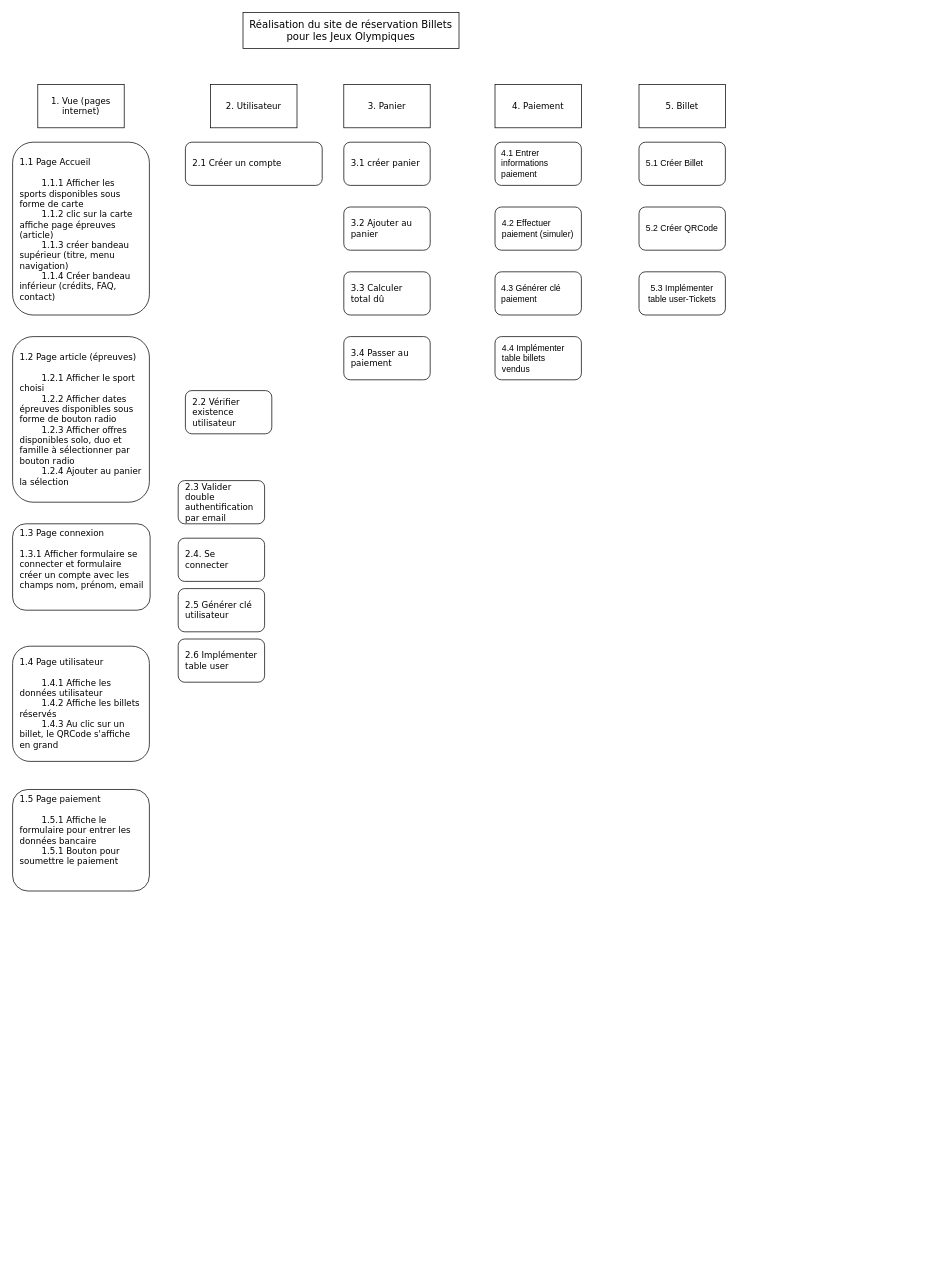
This is WBSJeux Olympiques .drawio from mariannemnrt/ProjetReservationBilletJO, a draw.io file, before an edit. Source tidied: cells renumbered, new cells numbered last; positions are measured from the earlier drawing's top-left corner, leaving out a move shared by most shapes. Both pictures are drawn from the tidied source at 72%, with x=0, y=0 at pixel (12, 12).
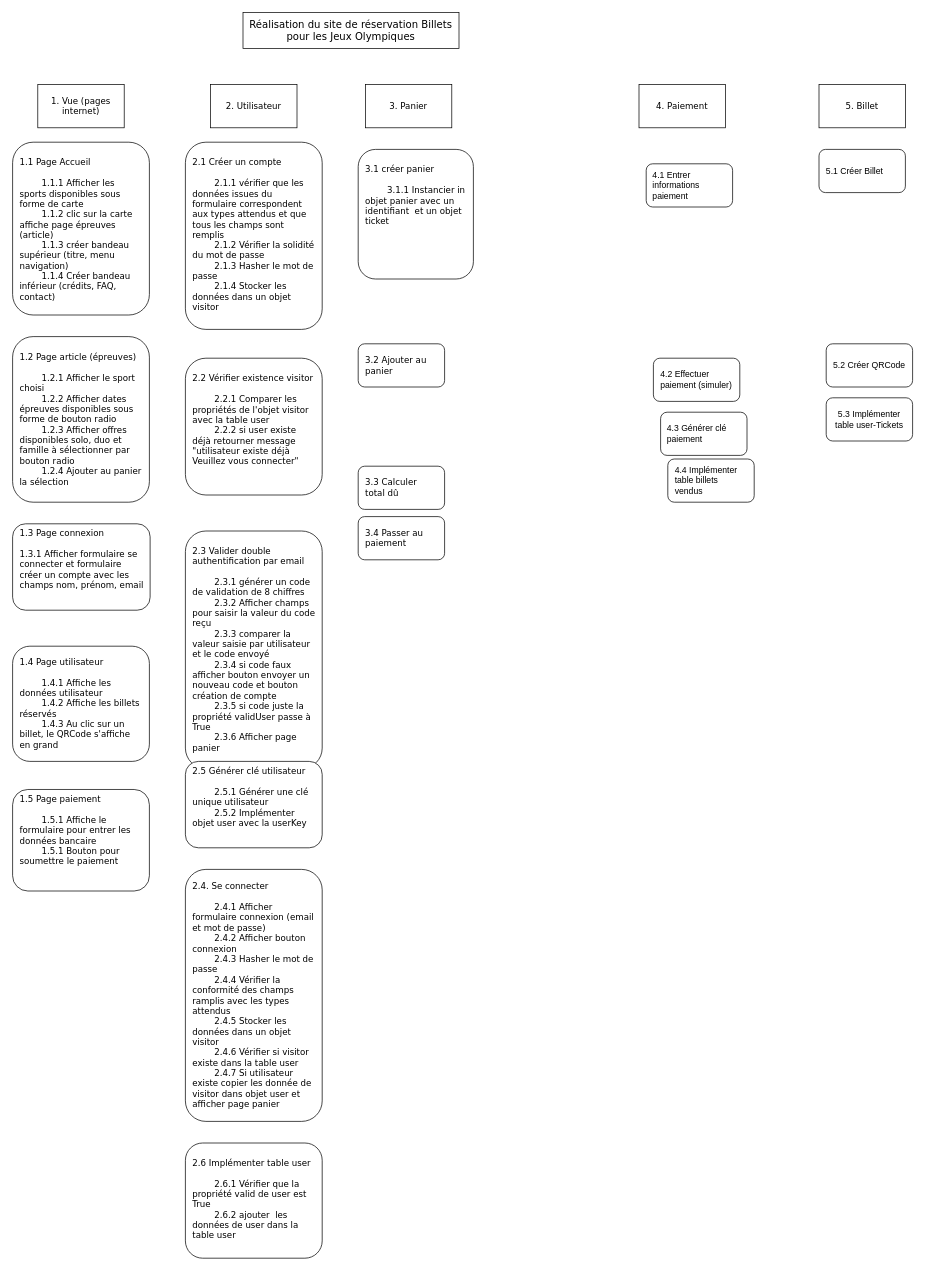
After the change.

Commit message (it also covers changes not shown here):
Mettre à jour WBSJeux Olympiques .drawio

Change to the diagram source:
```diff
@@
     <mxCell id="5" value="3. Panier " style="rounded=0;whiteSpace=wrap;html=1;align=center;fontFamily=Verdana;spacingLeft=8;spacingRight=8;" parent="1" vertex="1">
-      <mxGeometry x="460" y="100" width="120" height="60" as="geometry" />
+      <mxGeometry x="490" y="100" width="120" height="60" as="geometry" />
     </mxCell>
     <mxCell id="6" value="4. Paiement" style="rounded=0;whiteSpace=wrap;html=1;align=center;fontFamily=Verdana;spacingLeft=8;spacingRight=8;" parent="1" vertex="1">
-      <mxGeometry x="670" y="100" width="120" height="60" as="geometry" />
+      <mxGeometry x="870" y="100" width="120" height="60" as="geometry" />
     </mxCell>
     <mxCell id="7" value="5. Billet" style="rounded=0;whiteSpace=wrap;html=1;align=center;fontFamily=Verdana;spacingLeft=8;spacingRight=8;" parent="1" vertex="1">
-      <mxGeometry x="870" y="100" width="120" height="60" as="geometry" />
+      <mxGeometry x="1120" y="100" width="120" height="60" as="geometry" />
     </mxCell>
@@
-    <mxCell id="13" value="2.1 Créer un compte " style="rounded=1;whiteSpace=wrap;html=1;align=left;fontFamily=Verdana;spacingLeft=8;spacingRight=8;" parent="1" vertex="1">
-      <mxGeometry x="240" y="180" width="190" height="60" as="geometry" />
+    <mxCell id="13" value="&lt;div&gt;&lt;br&gt;&lt;/div&gt;&lt;div&gt;2.1 Créer un compte&lt;/div&gt;&lt;div&gt;&lt;br&gt;&lt;/div&gt;&lt;div&gt;&lt;span style=&quot;white-space: pre;&quot;&gt;&#9;&lt;/span&gt;2.1.1 vérifier que les données issues du formulaire correspondent aux types attendus et que tous les champs sont remplis&lt;br&gt;&lt;/div&gt;&lt;div&gt;&lt;span style=&quot;white-space: pre;&quot;&gt;&#9;&lt;/span&gt;2.1.2 Vérifier la solidité du mot de passe &lt;br&gt;&lt;/div&gt;&lt;div&gt;&lt;span style=&quot;white-space: pre;&quot;&gt;&#9;&lt;/span&gt;2.1.3 Hasher le mot de passe &lt;br&gt;&lt;/div&gt;&lt;div&gt;&lt;span style=&quot;white-space: pre;&quot;&gt;&#9;&lt;/span&gt;2.1.4 Stocker les données dans un objet visitor&lt;/div&gt;&lt;div&gt;&amp;nbsp;&lt;br&gt; &lt;/div&gt;" style="rounded=1;html=1;align=left;fontFamily=Verdana;spacingLeft=8;spacingRight=8;verticalAlign=top;whiteSpace=wrap;" parent="1" vertex="1">
+      <mxGeometry x="240" y="180" width="190" height="260" as="geometry" />
     </mxCell>
-    <mxCell id="14" value="2.2 Vérifier existence utilisateur" style="rounded=1;whiteSpace=wrap;html=1;align=left;fontFamily=Verdana;spacingLeft=8;spacingRight=8;" parent="1" vertex="1">
-      <mxGeometry x="240" y="525" width="120" height="60" as="geometry" />
+    <mxCell id="14" value="&lt;div&gt;&lt;br&gt;&lt;/div&gt;&lt;div&gt;2.2 Vérifier existence visitor&lt;br&gt;&lt;/div&gt;&lt;div&gt;&lt;br&gt;&lt;/div&gt;&lt;div&gt;&lt;span style=&quot;white-space: pre;&quot;&gt;&#9;&lt;/span&gt;2.2.1 Comparer les propriétés de l'objet visitor avec la table user&lt;/div&gt;&lt;div&gt;&lt;span style=&quot;white-space: pre;&quot;&gt;&#9;&lt;/span&gt;2.2.2 si user existe déjà retourner message &quot;utilisateur existe déjà Veuillez vous connecter&quot;&lt;/div&gt;&lt;div&gt;&lt;br&gt;&lt;/div&gt;&lt;div&gt;&lt;br&gt;&lt;/div&gt;" style="rounded=1;whiteSpace=wrap;html=1;align=left;fontFamily=Verdana;spacingLeft=8;spacingRight=8;verticalAlign=top;" parent="1" vertex="1">
+      <mxGeometry x="240" y="480" width="190" height="190" as="geometry" />
     </mxCell>
-    <mxCell id="15" value="2.3 Valider double authentification par email" style="rounded=1;whiteSpace=wrap;html=1;align=left;fontFamily=Verdana;spacingLeft=8;spacingRight=8;" parent="1" vertex="1">
-      <mxGeometry x="230" y="650" width="120" height="60" as="geometry" />
+    <mxCell id="15" value="&lt;div&gt;&lt;br&gt;&lt;/div&gt;&lt;div&gt;2.3 Valider double authentification par email&lt;/div&gt;&lt;div&gt;&lt;br&gt;&lt;/div&gt;&lt;div&gt;&lt;span style=&quot;white-space: pre;&quot;&gt;&#9;&lt;/span&gt;2.3.1 générer un code de validation de 8 chiffres &lt;br&gt;&lt;/div&gt;&lt;div&gt;&lt;span style=&quot;white-space: pre;&quot;&gt;&#9;&lt;/span&gt;2.3.2 Afficher champs pour saisir la valeur du code reçu &lt;br&gt;&lt;/div&gt;&lt;div&gt;&lt;span style=&quot;white-space: pre;&quot;&gt;&#9;&lt;/span&gt;2.3.3 comparer la valeur saisie par utilisateur et le code envoyé &lt;br&gt;&lt;/div&gt;&lt;div&gt;&lt;span style=&quot;white-space: pre;&quot;&gt;&#9;&lt;/span&gt;2.3.4 si code faux afficher bouton envoyer un nouveau code et bouton création de compte&lt;/div&gt;&lt;div&gt;&lt;span style=&quot;white-space: pre;&quot;&gt;&#9;&lt;/span&gt;2.3.5 si code juste la propriété validUser passe à True&lt;/div&gt;&lt;div&gt;&lt;span style=&quot;white-space: pre;&quot;&gt;&#9;&lt;/span&gt;2.3.6 Afficher page panier &lt;br&gt;&lt;/div&gt;" style="rounded=1;whiteSpace=wrap;html=1;align=left;fontFamily=Verdana;spacingLeft=8;spacingRight=8;verticalAlign=top;" parent="1" vertex="1">
+      <mxGeometry x="240" y="720" width="190" height="330" as="geometry" />
     </mxCell>
-    <mxCell id="16" value="2.4. Se connecter " style="rounded=1;whiteSpace=wrap;html=1;align=left;fontFamily=Verdana;spacingLeft=8;spacingRight=8;" parent="1" vertex="1">
-      <mxGeometry x="230" y="730" width="120" height="60" as="geometry" />
+    <mxCell id="16" value="&lt;div&gt;2.4. Se connecter &lt;br&gt;&lt;/div&gt;&lt;div&gt;&lt;span style=&quot;white-space: pre;&quot;&gt;&#9;&lt;/span&gt;&lt;/div&gt;&lt;div&gt;&lt;span style=&quot;white-space: pre;&quot;&gt;&#9;&lt;/span&gt;2.4.1 Afficher formulaire connexion (email et mot de passe)&lt;/div&gt;&lt;div&gt;&lt;span style=&quot;white-space: pre;&quot;&gt;&#9;&lt;/span&gt;2.4.2 Afficher bouton connexion &lt;br&gt;&lt;/div&gt;&lt;div&gt;&lt;span style=&quot;white-space: pre;&quot;&gt;&#9;&lt;/span&gt;2.4.3 Hasher le mot de passe&amp;nbsp;&lt;/div&gt;&lt;div&gt;&lt;span style=&quot;white-space: pre;&quot;&gt;&#9;&lt;/span&gt;2.4.4 Vérifier la conformité des champs ramplis avec les types attendus&amp;nbsp;&lt;/div&gt;&lt;div&gt;&lt;span style=&quot;white-space: pre;&quot;&gt;&#9;&lt;/span&gt;2.4.5 Stocker les données dans un objet visitor&amp;nbsp;&lt;/div&gt;&lt;div&gt;&lt;span style=&quot;white-space: pre;&quot;&gt;&#9;&lt;/span&gt;2.4.6 Vérifier si visitor existe dans la table user&lt;/div&gt;&lt;div&gt;&lt;span style=&quot;white-space: pre;&quot;&gt;&#9;&lt;/span&gt;2.4.7 Si utilisateur existe copier les donnée de visitor dans objet user et afficher page panier &amp;nbsp; &lt;br&gt;&lt;/div&gt;" style="rounded=1;whiteSpace=wrap;html=1;align=left;fontFamily=Verdana;spacingLeft=8;spacingRight=8;" parent="1" vertex="1">
+      <mxGeometry x="240" y="1190" width="190" height="350" as="geometry" />
     </mxCell>
-    <mxCell id="17" value="2.5 Générer clé utilisateur " style="rounded=1;whiteSpace=wrap;html=1;align=left;fontFamily=Verdana;spacingLeft=8;spacingRight=8;" parent="1" vertex="1">
-      <mxGeometry x="230" y="800" width="120" height="60" as="geometry" />
+    <mxCell id="17" value="&lt;div&gt;2.5 Générer clé utilisateur&lt;/div&gt;&lt;div&gt;&lt;br&gt;&lt;/div&gt;&lt;div&gt;&lt;span style=&quot;white-space: pre;&quot;&gt;&#9;&lt;/span&gt;2.5.1 Générer une clé unique utilisateur&lt;/div&gt;&lt;div&gt;&lt;span style=&quot;white-space: pre;&quot;&gt;&#9;&lt;/span&gt;2.5.2 Implémenter objet user avec la userKey&lt;br&gt; &lt;/div&gt;" style="rounded=1;whiteSpace=wrap;html=1;align=left;fontFamily=Verdana;spacingLeft=8;spacingRight=8;verticalAlign=top;" parent="1" vertex="1">
+      <mxGeometry x="240" y="1040" width="190" height="120" as="geometry" />
     </mxCell>
-    <mxCell id="18" value="2.6 Implémenter table user" style="rounded=1;whiteSpace=wrap;html=1;align=left;fontFamily=Verdana;spacingLeft=8;spacingRight=8;" parent="1" vertex="1">
-      <mxGeometry x="230" y="870" width="120" height="60" as="geometry" />
+    <mxCell id="18" value="&lt;div&gt;&lt;br&gt;&lt;/div&gt;&lt;div&gt;2.6 Implémenter table user&lt;/div&gt;&lt;div&gt;&lt;br&gt;&lt;/div&gt;&lt;div&gt;&lt;span style=&quot;white-space: pre;&quot;&gt;&#9;&lt;/span&gt;2.6.1 Vérifier que la propriété valid de user est True &lt;br&gt;&lt;/div&gt;&lt;div&gt;&lt;span style=&quot;white-space: pre;&quot;&gt;&#9;&lt;/span&gt;2.6.2 ajouter&amp;nbsp; les données de user dans la table user &lt;br&gt;&lt;/div&gt;&lt;div&gt;&lt;br&gt;&lt;/div&gt;" style="rounded=1;whiteSpace=wrap;html=1;align=left;fontFamily=Verdana;spacingLeft=8;spacingRight=8;verticalAlign=top;" parent="1" vertex="1">
+      <mxGeometry x="240" y="1570" width="190" height="160" as="geometry" />
     </mxCell>
-    <mxCell id="19" value="3.1 créer panier " style="rounded=1;whiteSpace=wrap;html=1;align=left;fontFamily=Verdana;spacingLeft=8;spacingRight=8;" parent="1" vertex="1">
-      <mxGeometry x="460" y="180" width="120" height="60" as="geometry" />
+    <mxCell id="19" value="&lt;div&gt;&lt;br&gt;&lt;/div&gt;&lt;div&gt;3.1 créer panier&lt;/div&gt;&lt;div&gt;&lt;br&gt;&lt;/div&gt;&lt;div&gt;&lt;span style=&quot;white-space: pre;&quot;&gt;&#9;&lt;/span&gt;3.1.1 Instancier in objet panier avec un identifiant&amp;nbsp; et un objet ticket&lt;br&gt; &lt;/div&gt;" style="rounded=1;whiteSpace=wrap;html=1;align=left;fontFamily=Verdana;spacingLeft=8;spacingRight=8;verticalAlign=top;" parent="1" vertex="1">
+      <mxGeometry x="480" y="190" width="160" height="180" as="geometry" />
     </mxCell>
     <mxCell id="20" value="3.2 Ajouter au panier " style="rounded=1;whiteSpace=wrap;html=1;align=left;fontFamily=Verdana;spacingLeft=8;spacingRight=8;" parent="1" vertex="1">
-      <mxGeometry x="460" y="270" width="120" height="60" as="geometry" />
+      <mxGeometry x="480" y="460" width="120" height="60" as="geometry" />
     </mxCell>
     <mxCell id="21" value="3.3 Calculer total dû" style="rounded=1;whiteSpace=wrap;html=1;align=left;fontFamily=Verdana;spacingLeft=8;spacingRight=8;" parent="1" vertex="1">
-      <mxGeometry x="460" y="360" width="120" height="60" as="geometry" />
+      <mxGeometry x="480" y="630" width="120" height="60" as="geometry" />
     </mxCell>
     <mxCell id="22" value="3.4 Passer au paiement" style="rounded=1;whiteSpace=wrap;html=1;align=left;fontFamily=Verdana;spacingLeft=8;spacingRight=8;" parent="1" vertex="1">
-      <mxGeometry x="460" y="450" width="120" height="60" as="geometry" />
+      <mxGeometry x="480" y="700" width="120" height="60" as="geometry" />
     </mxCell>
     <mxCell id="23" value="&lt;div align=&quot;left&quot;&gt;4.1 Entrer informations paiement&lt;br&gt;&lt;/div&gt;" style="rounded=1;whiteSpace=wrap;html=1;spacingLeft=8;spacingRight=8;" parent="1" vertex="1">
-      <mxGeometry x="670" y="180" width="120" height="60" as="geometry" />
+      <mxGeometry x="880" y="210" width="120" height="60" as="geometry" />
     </mxCell>
     <mxCell id="24" value="4.2 Effectuer paiement (simuler)" style="rounded=1;whiteSpace=wrap;html=1;align=left;spacingLeft=8;spacingRight=8;" parent="1" vertex="1">
-      <mxGeometry x="670" y="270" width="120" height="60" as="geometry" />
+      <mxGeometry x="890" y="480" width="120" height="60" as="geometry" />
     </mxCell>
     <mxCell id="25" value="&lt;div align=&quot;left&quot;&gt;4.3 Générer clé paiement&lt;br&gt;&lt;/div&gt;" style="rounded=1;whiteSpace=wrap;html=1;spacingLeft=8;spacingRight=8;" parent="1" vertex="1">
-      <mxGeometry x="670" y="360" width="120" height="60" as="geometry" />
+      <mxGeometry x="900" y="555" width="120" height="60" as="geometry" />
     </mxCell>
     <mxCell id="26" value="&lt;div align=&quot;left&quot;&gt;4.4 Implémenter table billets vendus &lt;/div&gt;" style="rounded=1;whiteSpace=wrap;html=1;align=left;spacingLeft=8;spacingRight=8;" parent="1" vertex="1">
-      <mxGeometry x="670" y="450" width="120" height="60" as="geometry" />
+      <mxGeometry x="910" y="620" width="120" height="60" as="geometry" />
     </mxCell>
     <mxCell id="27" value="&lt;div align=&quot;left&quot;&gt;5.1 Créer Billet&lt;br&gt;&lt;/div&gt;" style="rounded=1;whiteSpace=wrap;html=1;align=left;spacingLeft=8;spacingRight=8;" parent="1" vertex="1">
-      <mxGeometry x="870" y="180" width="120" height="60" as="geometry" />
+      <mxGeometry x="1120" y="190" width="120" height="60" as="geometry" />
     </mxCell>
     <mxCell id="28" value="&lt;div&gt;5.2 Créer QRCode&lt;br&gt;&lt;/div&gt;" style="rounded=1;whiteSpace=wrap;html=1;align=left;spacingLeft=8;spacingRight=8;" parent="1" vertex="1">
-      <mxGeometry x="870" y="270" width="120" height="60" as="geometry" />
+      <mxGeometry x="1130" y="460" width="120" height="60" as="geometry" />
     </mxCell>
     <mxCell id="29" value="5.3 Implémenter table user-Tickets" style="rounded=1;whiteSpace=wrap;html=1;spacingLeft=8;spacingRight=8;" parent="1" vertex="1">
-      <mxGeometry x="870" y="360" width="120" height="60" as="geometry" />
+      <mxGeometry x="1130" y="535" width="120" height="60" as="geometry" />
     </mxCell>
```
